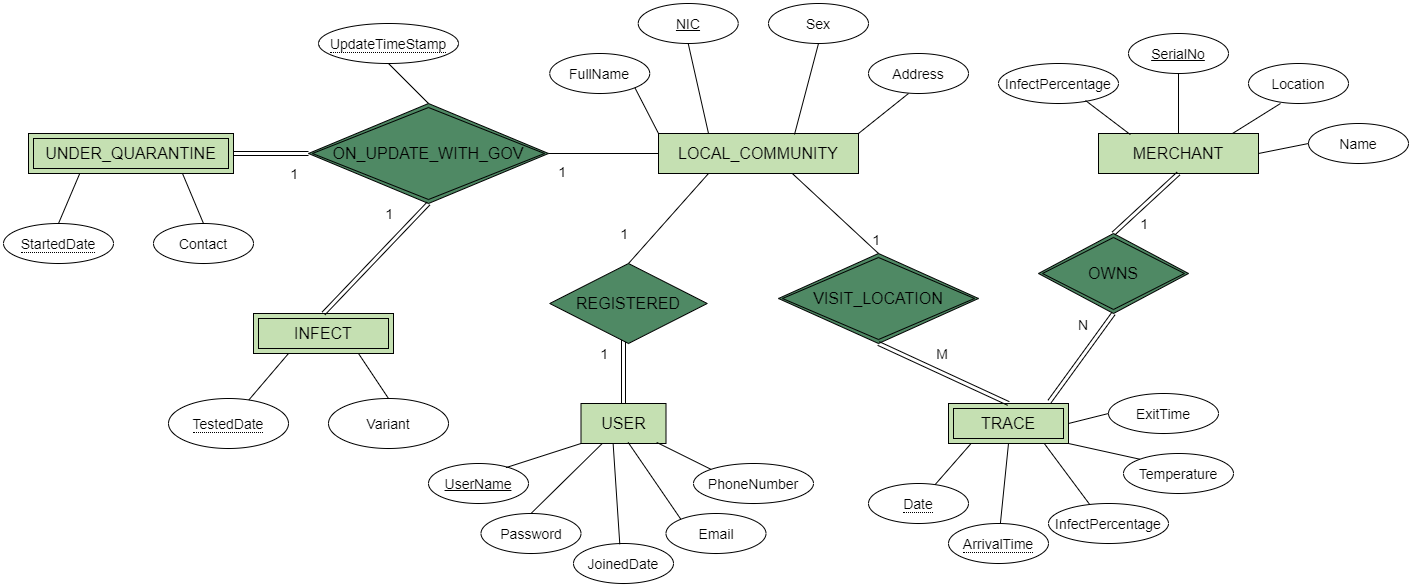
The draw.io diagram Database system/Conceptual Schema-System.png in cepdnaclk/e17-3yp-Covid-Tracer, before a commit. Source tidied: cells renumbered, new cells last; positions are measured from the earlier drawing's top-left corner, leaving out a move shared by most shapes.
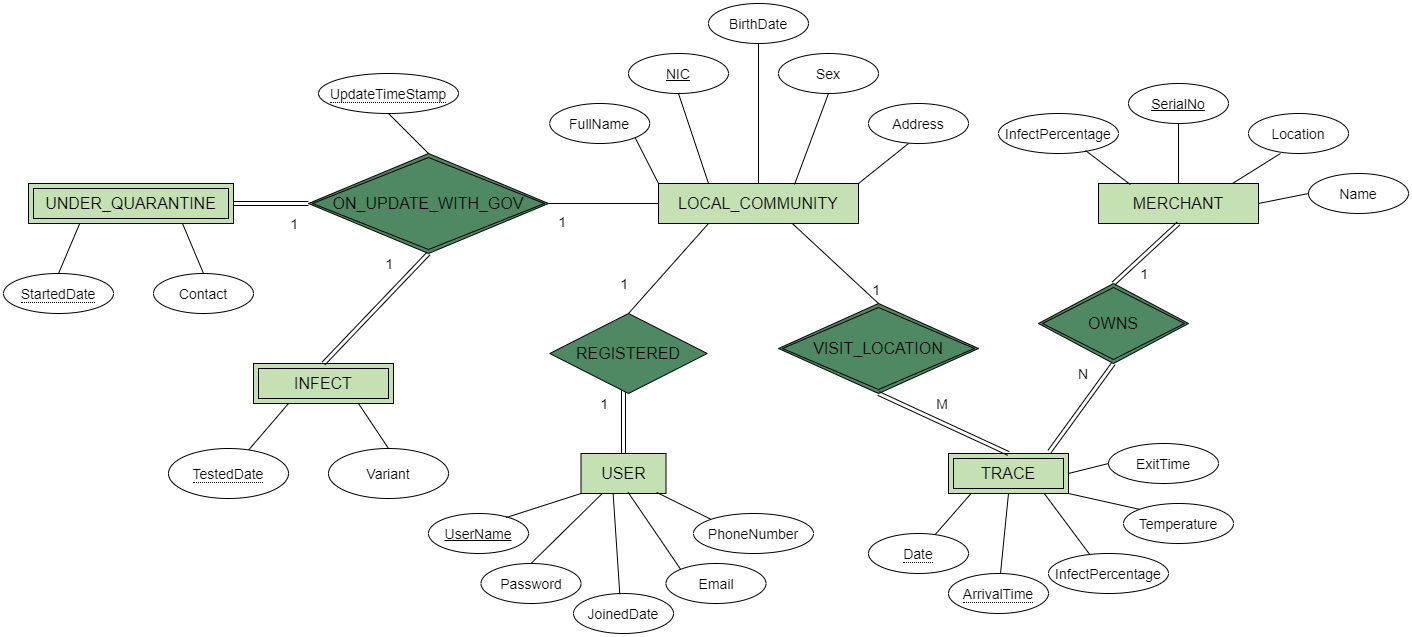
After the change.

Change to the diagram source:
```diff
@@ -9,10 +9,10 @@
       <mxGeometry x="546.2" y="50" width="100" height="40" as="geometry" />
     </mxCell>
     <mxCell id="4" value="&lt;font style=&quot;font-size: 14px&quot;&gt;NIC&lt;/font&gt;" style="ellipse;whiteSpace=wrap;html=1;align=center;fontStyle=4;fillColor=#FFFFFF;" parent="1" vertex="1">
-      <mxGeometry x="634.7" width="100" height="40" as="geometry" />
+      <mxGeometry x="625" width="100" height="40" as="geometry" />
     </mxCell>
     <mxCell id="5" value="&lt;font style=&quot;font-size: 14px&quot;&gt;Sex&lt;/font&gt;" style="ellipse;whiteSpace=wrap;html=1;align=center;fillColor=#FFFFFF;" parent="1" vertex="1">
-      <mxGeometry x="765" width="100" height="40" as="geometry" />
+      <mxGeometry x="775" width="100" height="40" as="geometry" />
     </mxCell>
     <mxCell id="6" value="&lt;font style=&quot;font-size: 14px&quot;&gt;Address&lt;/font&gt;" style="ellipse;whiteSpace=wrap;html=1;align=center;fillColor=#FFFFFF;" parent="1" vertex="1">
       <mxGeometry x="865" y="50" width="100" height="40" as="geometry" />
@@ -256,5 +256,11 @@
     <mxCell id="75" value="&lt;span style=&quot;border-bottom: 1px dotted&quot;&gt;&lt;font style=&quot;font-size: 14px&quot;&gt;UpdateTimeStamp&lt;/font&gt;&lt;/span&gt;" style="ellipse;whiteSpace=wrap;html=1;align=center;fillColor=#FFFFFF;" parent="1" vertex="1">
       <mxGeometry x="315" y="20" width="140" height="40" as="geometry" />
     </mxCell>
+    <mxCell id="76" value="&lt;font style=&quot;font-size: 14px&quot;&gt;BirthDate&lt;/font&gt;" style="ellipse;whiteSpace=wrap;html=1;align=center;fillColor=#FFFFFF;" parent="1" vertex="1">
+      <mxGeometry x="705" y="-50" width="100" height="40" as="geometry" />
+    </mxCell>
+    <mxCell id="77" style="endArrow=none;html=1;exitX=0.5;exitY=0;exitDx=0;exitDy=0;entryX=0.5;entryY=1;entryDx=0;entryDy=0;" parent="1" edge="1" source="2" target="76">
+      <mxGeometry relative="1" as="geometry" />
+    </mxCell>
   </root>
 </mxGraphModel>
```
